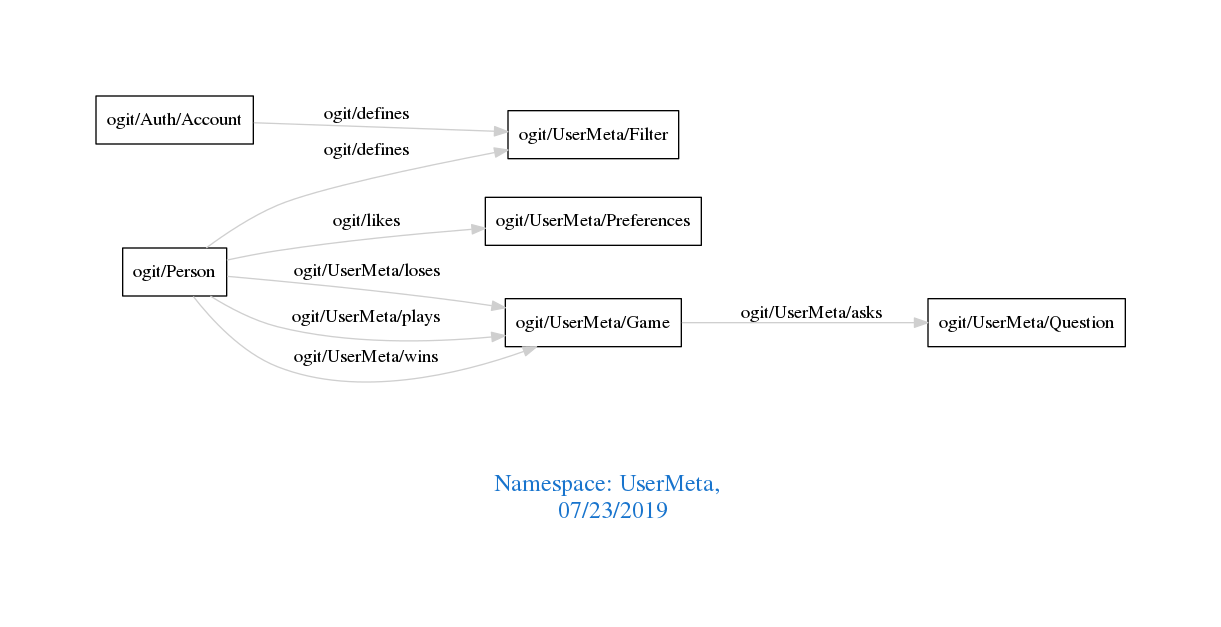
Earlier version of the Graphviz export downloads/UserMeta.png (arago/OGIT). Its source is kept beside it as downloads/UserMeta.dot.
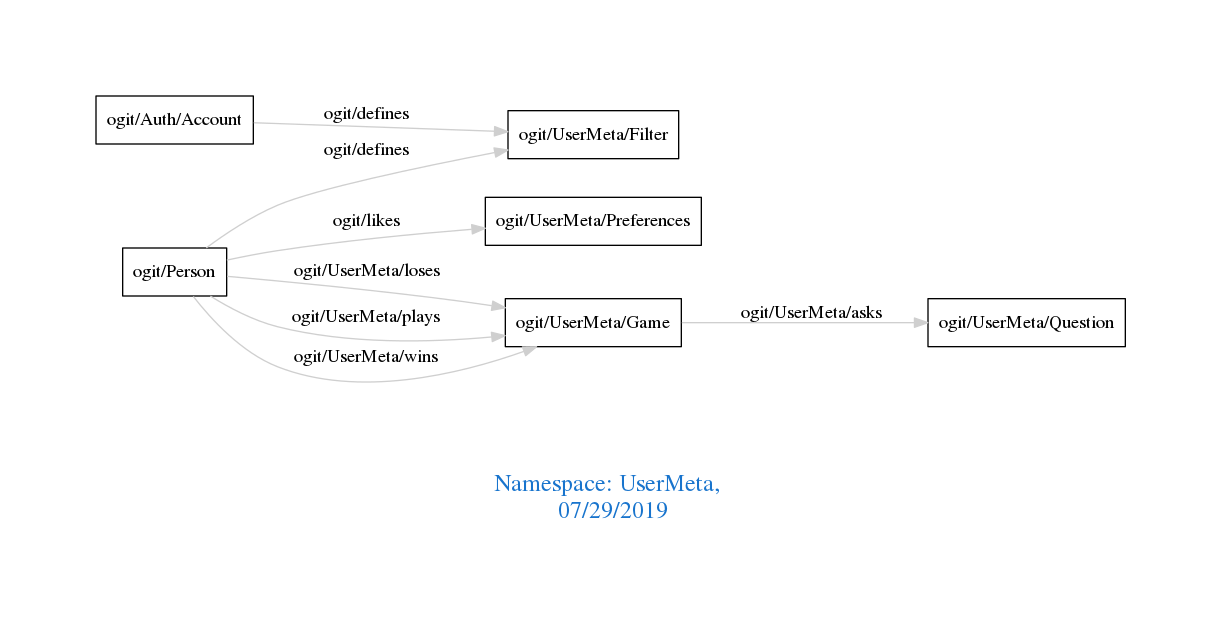
Above is the later version.

The edit, as a diff of the source:
```diff
@@ -1,7 +1,7 @@
 digraph OGIT_ontology {
  graph [ rankdir= LR,pad=1
 fontsize = 18,
-fontcolor= dodgerblue3,label = "\n\n\nNamespace: UserMeta, \n 07/23/2019"];
+fontcolor= dodgerblue3,label = "\n\n\nNamespace: UserMeta, \n 07/29/2019"];
 node[shape=polygon];
 edge [  color="gray81"];
 
```
